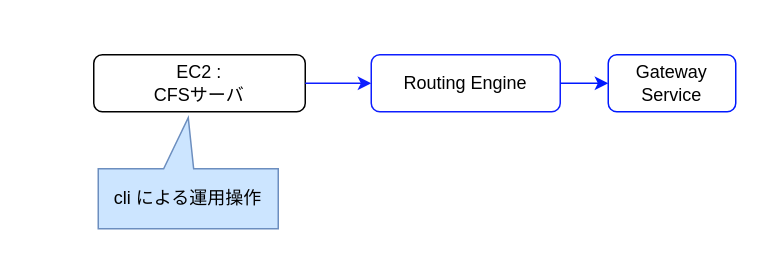
Above: page "usecase2" (2 of 6) of FEXICS/obj/functions.drawio in kyoshizawa/kywiki2 (draw.io), before the change. Source tidied: cells renumbered, new cells numbered last; positions are measured from the earlier drawing's top-left corner, leaving out a move shared by most shapes. Both pictures are drawn from the tidied source at 150%, with x=0, y=0 at pixel (93, 54).
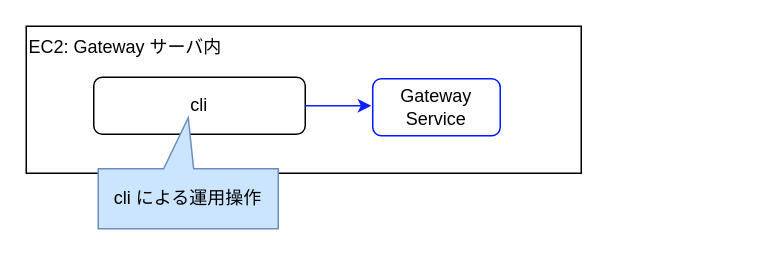
The same page after the edit.

What changed in the source:
```diff
@@
 <mxGraphModel>
   <root>
     <mxCell id="0" />
     <mxCell id="1" parent="0" />
+    <mxCell id="9" value="EC2: Gateway サーバ内" style="rounded=0;whiteSpace=wrap;html=1;align=left;verticalAlign=top;" parent="1" vertex="1">
+      <mxGeometry x="-45" y="-19" width="370" height="98" as="geometry" />
+    </mxCell>
-    <mxCell id="2" value="EC2 :&lt;div&gt;CFSサーバ&lt;/div&gt;" style="rounded=1;whiteSpace=wrap;html=1;" parent="1" vertex="1">
-      <mxGeometry width="141" height="38" as="geometry" />
+    <mxCell id="2" value="cli" style="rounded=1;whiteSpace=wrap;html=1;" parent="1" vertex="1">
+      <mxGeometry y="15" width="141" height="38" as="geometry" />
     </mxCell>
-    <mxCell id="3" value="Routing Engine" style="rounded=1;whiteSpace=wrap;html=1;strokeColor=#0E1EFF;" parent="1" vertex="1">
-      <mxGeometry x="185" width="126" height="38" as="geometry" />
-    </mxCell>
-    <mxCell id="4" style="endArrow=classic;html=1;rounded=0;entryX=0;entryY=0.5;entryDx=0;entryDy=0;strokeColor=#0E1EFF;" parent="1" edge="1" source="2" target="3">
-      <mxGeometry relative="1" as="geometry" />
+    <mxCell id="4" style="endArrow=classic;html=1;rounded=0;entryX=0;entryY=0.5;entryDx=0;entryDy=0;strokeColor=#0E1EFF;" parent="1" edge="1" source="2">
+      <mxGeometry relative="1" as="geometry">
+        <mxPoint x="185" y="34" as="targetPoint" />
+      </mxGeometry>
     </mxCell>
     <mxCell id="5" value="Gateway Service" style="rounded=1;whiteSpace=wrap;html=1;strokeColor=#0019FF;" parent="1" vertex="1">
-      <mxGeometry x="343" width="85" height="38" as="geometry" />
+      <mxGeometry x="186" y="16" width="85" height="38" as="geometry" />
     </mxCell>
-    <mxCell id="6" style="endArrow=classic;html=1;rounded=0;exitX=1;exitY=0.5;exitDx=0;exitDy=0;strokeColor=#0019FF;" parent="1" edge="1" source="3" target="5">
-      <mxGeometry relative="1" as="geometry" />
-    </mxCell>
     <mxCell id="7" style="edgeStyle=orthogonalEdgeStyle;rounded=0;orthogonalLoop=1;jettySize=auto;html=1;" parent="1" edge="1">
       <mxGeometry relative="1" as="geometry">
         <mxPoint x="652" y="216" as="sourcePoint" />
       </mxGeometry>
     </mxCell>
     <mxCell id="8" value="cli による運用&lt;span style=&quot;background-color: transparent; color: light-dark(rgb(0, 0, 0), rgb(255, 255, 255));&quot;&gt;操作&lt;/span&gt;" style="shape=callout;whiteSpace=wrap;html=1;perimeter=calloutPerimeter;size=34;position=0.47;direction=west;fillColor=#CCE5FF;strokeColor=#6c8ebf;" parent="1" vertex="1">
       <mxGeometry x="3" y="42" width="120" height="74" as="geometry" />
     </mxCell>
   </root>
 </mxGraphModel>
```
